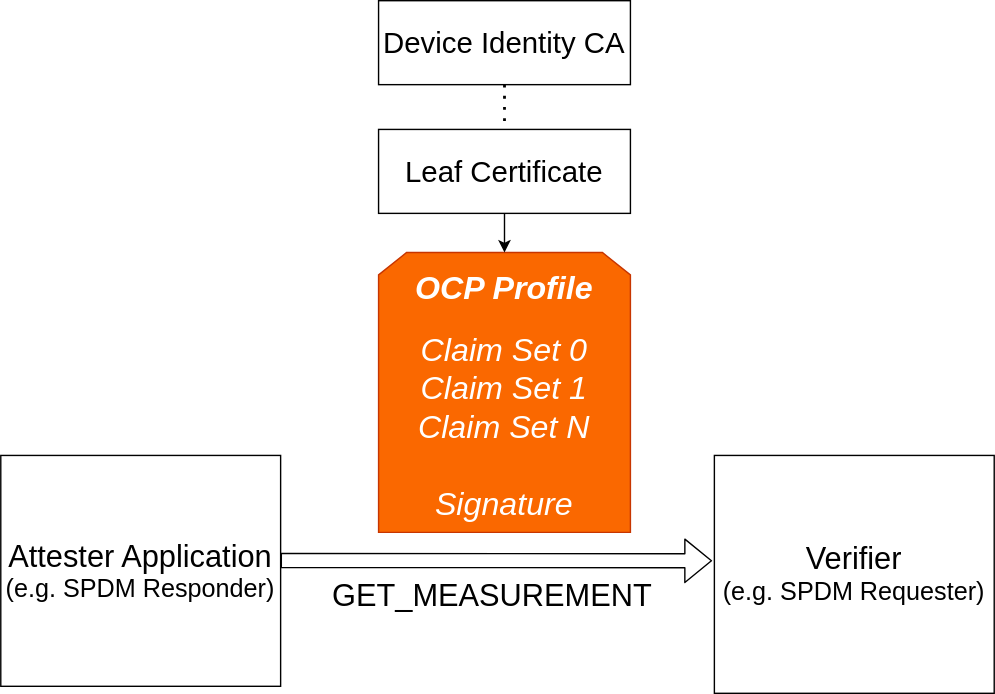
opencomputeproject/Security keeps this draw.io diagram as specifications/ietf-eat-profile/diagrams/cwt_spdm.drawio.svg. Above is the earlier version. Source tidied: cells renumbered, new cells last; positions are measured from the earlier drawing's top-left corner, leaving out a move shared by most shapes.
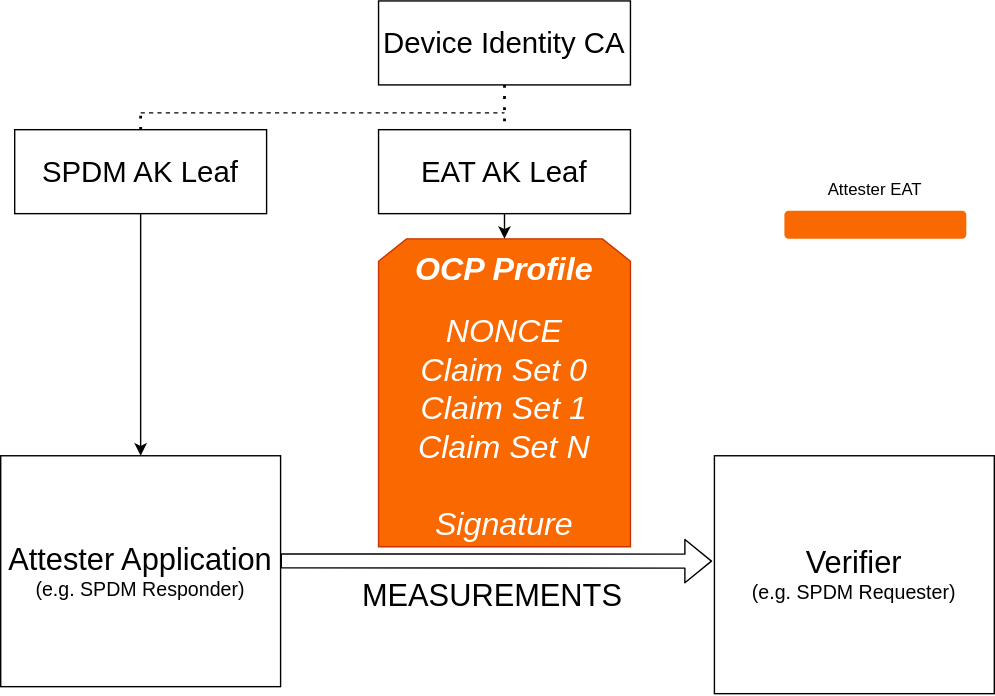
After the commit.

Commit message:
Adding Color Legend to the attester_binding diagram Updated CWT_SPDM Diagram

What changed in the source:
```diff
@@ -2,16 +2,16 @@
   <root>
     <mxCell id="0" />
     <mxCell id="1" parent="0" />
-    <mxCell id="2" value="&lt;h1&gt;&lt;font style=&quot;font-size: 23px;&quot;&gt;&lt;i style=&quot;&quot;&gt;&lt;b style=&quot;&quot;&gt;&lt;br&gt;&lt;/b&gt;&lt;/i&gt;&lt;/font&gt;&lt;/h1&gt;&lt;h1&gt;&lt;font style=&quot;font-size: 23px;&quot;&gt;&lt;i style=&quot;&quot;&gt;&lt;b style=&quot;&quot;&gt;OCP Profile&lt;/b&gt;&lt;/i&gt;&lt;/font&gt;&lt;/h1&gt;&lt;div&gt;&lt;i style=&quot;font-size: 23px; background-color: transparent;&quot;&gt;Claim Set 0&lt;/i&gt;&lt;/div&gt;&lt;div&gt;&lt;span style=&quot;font-size: 23px;&quot;&gt;&lt;i&gt;Claim Set 1&lt;/i&gt;&lt;/span&gt;&lt;/div&gt;&lt;div&gt;&lt;span style=&quot;font-size: 23px;&quot;&gt;&lt;i&gt;Claim Set N&lt;/i&gt;&lt;/span&gt;&lt;/div&gt;&lt;div&gt;&lt;i style=&quot;font-size: 23px; background-color: transparent;&quot;&gt;&lt;br&gt;&lt;/i&gt;&lt;/div&gt;&lt;div&gt;&lt;i style=&quot;font-size: 23px; background-color: transparent;&quot;&gt;Signature&lt;/i&gt;&lt;/div&gt;&lt;div&gt;&lt;font style=&quot;font-size: 23px;&quot;&gt;&lt;i style=&quot;&quot;&gt;&lt;br&gt;&lt;/i&gt;&lt;/font&gt;&lt;/div&gt;&lt;div&gt;&lt;font style=&quot;font-size: 23px;&quot;&gt;&lt;i style=&quot;&quot;&gt;&lt;br&gt;&lt;/i&gt;&lt;/font&gt;&lt;/div&gt;" style="shape=loopLimit;whiteSpace=wrap;html=1;fillColor=#fa6800;strokeColor=#C73500;fontColor=#FFFFFF;fontFamily=Helvetica;" parent="1" vertex="1">
-      <mxGeometry x="270" y="180" width="180" height="200" as="geometry" />
+    <mxCell id="2" value="&lt;h1&gt;&lt;font style=&quot;font-size: 23px;&quot;&gt;&lt;i style=&quot;&quot;&gt;&lt;b style=&quot;&quot;&gt;&lt;br&gt;&lt;/b&gt;&lt;/i&gt;&lt;/font&gt;&lt;/h1&gt;&lt;h1&gt;&lt;font style=&quot;font-size: 23px;&quot;&gt;&lt;i style=&quot;&quot;&gt;&lt;b style=&quot;&quot;&gt;OCP Profile&lt;/b&gt;&lt;/i&gt;&lt;/font&gt;&lt;/h1&gt;&lt;div&gt;&lt;i style=&quot;font-size: 23px; background-color: transparent;&quot;&gt;NONCE&lt;/i&gt;&lt;/div&gt;&lt;div&gt;&lt;i style=&quot;font-size: 23px; background-color: transparent;&quot;&gt;Claim Set 0&lt;/i&gt;&lt;/div&gt;&lt;div&gt;&lt;span style=&quot;font-size: 23px;&quot;&gt;&lt;i&gt;Claim Set 1&lt;/i&gt;&lt;/span&gt;&lt;/div&gt;&lt;div&gt;&lt;span style=&quot;font-size: 23px;&quot;&gt;&lt;i&gt;Claim Set N&lt;/i&gt;&lt;/span&gt;&lt;/div&gt;&lt;div&gt;&lt;i style=&quot;background-color: transparent; font-size: 23px;&quot;&gt;&lt;br&gt;&lt;/i&gt;&lt;/div&gt;&lt;div&gt;&lt;i style=&quot;background-color: transparent; font-size: 23px;&quot;&gt;Signature&lt;/i&gt;&lt;/div&gt;&lt;div&gt;&lt;font style=&quot;font-size: 23px;&quot;&gt;&lt;i style=&quot;&quot;&gt;&lt;br&gt;&lt;/i&gt;&lt;/font&gt;&lt;/div&gt;&lt;div&gt;&lt;font style=&quot;font-size: 23px;&quot;&gt;&lt;i style=&quot;&quot;&gt;&lt;br&gt;&lt;/i&gt;&lt;/font&gt;&lt;/div&gt;" style="shape=loopLimit;whiteSpace=wrap;html=1;fillColor=#fa6800;strokeColor=#C73500;fontColor=#FFFFFF;fontFamily=Helvetica;" parent="1" vertex="1">
+      <mxGeometry x="270" y="170" width="180" height="220" as="geometry" />
     </mxCell>
-    <mxCell id="3" value="&lt;font style=&quot;font-size: 22px;&quot;&gt;Attester Application&lt;/font&gt;&lt;div&gt;&lt;font style=&quot;font-size: 18px;&quot;&gt;(e.g. SPDM Responder)&lt;/font&gt;&lt;/div&gt;" style="rounded=0;whiteSpace=wrap;html=1;" parent="1" vertex="1">
+    <mxCell id="3" value="&lt;font style=&quot;font-size: 22px;&quot;&gt;Attester Application&lt;/font&gt;&lt;div&gt;&lt;font style=&quot;font-size: 14px;&quot;&gt;(e.g. SPDM Responder)&lt;/font&gt;&lt;/div&gt;" style="rounded=0;whiteSpace=wrap;html=1;" parent="1" vertex="1">
       <mxGeometry y="325" width="200" height="165" as="geometry" />
     </mxCell>
-    <mxCell id="4" value="&lt;font style=&quot;font-size: 22px;&quot;&gt;Verifier&lt;/font&gt;&lt;div&gt;&lt;font style=&quot;font-size: 18px;&quot;&gt;(e.g. SPDM Requester)&lt;/font&gt;&lt;/div&gt;" style="rounded=0;whiteSpace=wrap;html=1;" parent="1" vertex="1">
+    <mxCell id="4" value="&lt;font style=&quot;font-size: 22px;&quot;&gt;Verifier&lt;/font&gt;&lt;div&gt;&lt;font style=&quot;font-size: 14px;&quot;&gt;(e.g. SPDM Requester)&lt;/font&gt;&lt;/div&gt;" style="rounded=0;whiteSpace=wrap;html=1;" parent="1" vertex="1">
       <mxGeometry x="510" y="325" width="200" height="170" as="geometry" />
     </mxCell>
-    <mxCell id="5" value="&lt;span style=&quot;font-size: 21px;&quot;&gt;Leaf Certificate&lt;/span&gt;" style="rounded=0;whiteSpace=wrap;html=1;" parent="1" vertex="1">
+    <mxCell id="5" value="&lt;span style=&quot;font-size: 21px;&quot;&gt;EAT AK Leaf&lt;/span&gt;" style="rounded=0;whiteSpace=wrap;html=1;" parent="1" vertex="1">
       <mxGeometry x="270" y="92" width="180" height="60" as="geometry" />
     </mxCell>
     <mxCell id="6" value="&lt;span style=&quot;font-size: 21px;&quot;&gt;Device Identity CA&lt;/span&gt;" style="rounded=0;whiteSpace=wrap;html=1;" parent="1" vertex="1">
@@ -26,10 +26,33 @@
     <mxCell id="9" style="shape=flexArrow;endArrow=classic;html=1;exitX=1;exitY=0.455;exitDx=0;exitDy=0;exitPerimeter=0;entryX=-0.008;entryY=0.443;entryDx=0;entryDy=0;entryPerimeter=0;" parent="1" edge="1" source="3" target="4">
       <mxGeometry relative="1" as="geometry" />
     </mxCell>
-    <mxCell id="10" value="GET_MEASUREMENT" style="edgeLabel;html=1;align=center;verticalAlign=bottom;fontSize=22;labelPosition=center;verticalLabelPosition=top;" parent="9" vertex="1">
+    <mxCell id="10" value="MEASUREMENTS" style="edgeLabel;html=1;align=center;verticalAlign=bottom;fontSize=22;labelPosition=center;verticalLabelPosition=top;" parent="9" vertex="1">
       <mxGeometry x="-0.16" y="-9" relative="1" as="geometry">
         <mxPoint x="22" y="31" as="offset" />
       </mxGeometry>
     </mxCell>
+    <mxCell id="11" style="rounded=1;whiteSpace=wrap;html=1;fillColor=light-dark(#FA6800,#FA6800);strokeColor=none;" parent="1" vertex="1">
+      <mxGeometry x="560" y="150" width="130" height="20" as="geometry" />
+    </mxCell>
+    <mxCell id="12" value="Attester EAT" style="text;html=1;align=center;verticalAlign=middle;whiteSpace=wrap;rounded=0;" parent="1" vertex="1">
+      <mxGeometry x="560" y="120" width="130" height="30" as="geometry" />
+    </mxCell>
+    <mxCell id="13" style="endArrow=none;dashed=1;html=1;" parent="1" edge="1">
+      <mxGeometry relative="1" as="geometry">
+        <mxPoint x="100" y="80" as="sourcePoint" />
+        <mxPoint x="360" y="80" as="targetPoint" />
+      </mxGeometry>
+    </mxCell>
+    <mxCell id="14" value="&lt;span style=&quot;font-size: 21px;&quot;&gt;SPDM AK Leaf&lt;/span&gt;" style="rounded=0;whiteSpace=wrap;html=1;" parent="1" vertex="1">
+      <mxGeometry x="10" y="92" width="180" height="60" as="geometry" />
+    </mxCell>
+    <mxCell id="15" style="endArrow=classic;html=1;entryX=0.5;entryY=0;entryDx=0;entryDy=0;exitX=0.5;exitY=1;exitDx=0;exitDy=0;" parent="1" edge="1" source="14" target="3">
+      <mxGeometry relative="1" as="geometry" />
+    </mxCell>
+    <mxCell id="16" style="endArrow=none;dashed=1;html=1;dashPattern=1 3;strokeWidth=2;exitX=0.5;exitY=0;exitDx=0;exitDy=0;" parent="1" edge="1" source="14">
+      <mxGeometry relative="1" as="geometry">
+        <mxPoint x="100" y="80" as="targetPoint" />
+      </mxGeometry>
+    </mxCell>
   </root>
 </mxGraphModel>
```
